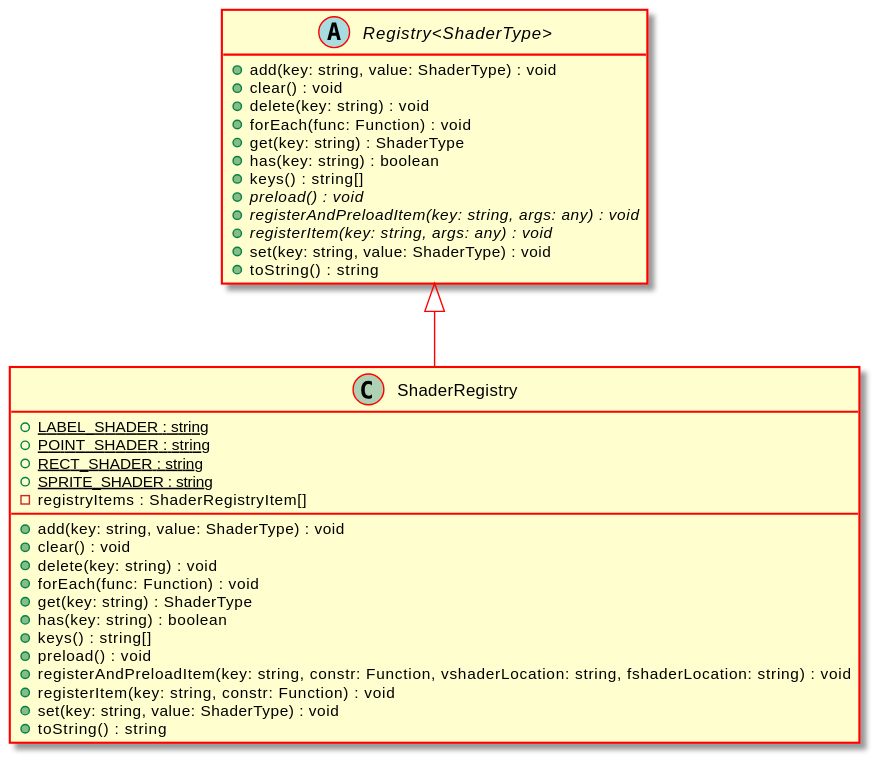
Above: docs/api/assets/ShaderRegistry-umlClassDiagram-5269.svg in Test123938/Test2 (PlantUML), before the change.
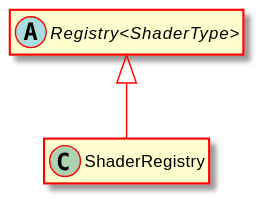
The same diagram one commit later.

Diff of the diagram source:
```diff
@@ -5,37 +5,8 @@
 hide empty methods
 hide empty fields
 class "ShaderRegistry" {
-    {static} +LABEL_SHADER : string
-    {static} +POINT_SHADER : string
-    {static} +RECT_SHADER : string
-    {static} +SPRITE_SHADER : string
-    -registryItems : ShaderRegistryItem[]
-    +add(key: string, value: ShaderType) : void
-    +clear() : void
-    +delete(key: string) : void
-    +forEach(func: Function) : void
-    +get(key: string) : ShaderType
-    +has(key: string) : boolean
-    +keys() : string[]
-    +preload() : void
-    +registerAndPreloadItem(key: string, constr: Function, vshaderLocation: string, fshaderLocation: string) : void
-    +registerItem(key: string, constr: Function) : void
-    +set(key: string, value: ShaderType) : void
-    +toString() : string
 }
 abstract class "Registry<ShaderType>" {
-    +add(key: string, value: ShaderType) : void
-    +clear() : void
-    +delete(key: string) : void
-    +forEach(func: Function) : void
-    +get(key: string) : ShaderType
-    +has(key: string) : boolean
-    +keys() : string[]
-    {abstract} +preload() : void
-    {abstract} +registerAndPreloadItem(key: string, args: any) : void
-    {abstract} +registerItem(key: string, args: any) : void
-    +set(key: string, value: ShaderType) : void
-    +toString() : string
 }
 "Registry<ShaderType>" <|-- "ShaderRegistry"
 @enduml
```
